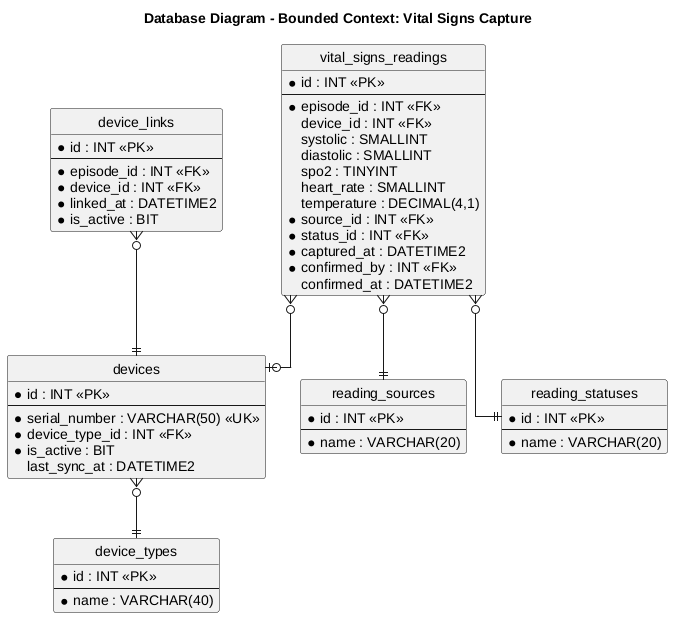
upc-pre-1ASI0730-2620-8155-SoliDevs/project-report keeps this PlantUML diagram as report/assets/erd_diagrams/erd_vitals.png. Above is the earlier version.
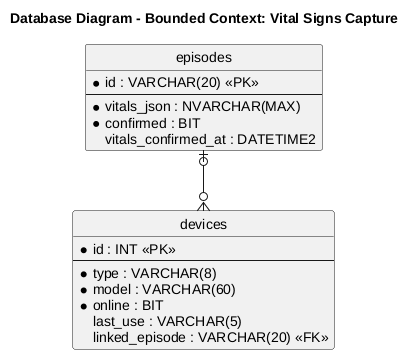
Above is the later version.

Commit message:
docs(report): align class and database diagrams with implemented model

Diff of the diagram source:
```diff
@@ -3,56 +3,21 @@
 hide circle
 skinparam linetype ortho
 
-entity "vital_signs_readings" as readings {
-  * id : INT <<PK>>
+entity "episodes" as episodes {
+  * id : VARCHAR(20) <<PK>>
   --
-  * episode_id : INT <<FK>>
-  device_id : INT <<FK>>
-  systolic : SMALLINT
-  diastolic : SMALLINT
-  spo2 : TINYINT
-  heart_rate : SMALLINT
-  temperature : DECIMAL(4,1)
-  * source_id : INT <<FK>>
-  * status_id : INT <<FK>>
-  * captured_at : DATETIME2
-  * confirmed_by : INT <<FK>>
-  confirmed_at : DATETIME2
+  * vitals_json : NVARCHAR(MAX)
+  * confirmed : BIT
+  vitals_confirmed_at : DATETIME2
 }
 entity "devices" as devices {
   * id : INT <<PK>>
   --
-  * serial_number : VARCHAR(50) <<UK>>
-  * device_type_id : INT <<FK>>
-  * is_active : BIT
-  last_sync_at : DATETIME2
+  * type : VARCHAR(8)
+  * model : VARCHAR(60)
+  * online : BIT
+  last_use : VARCHAR(5)
+  linked_episode : VARCHAR(20) <<FK>>
 }
-entity "device_types" as dtypes {
-  * id : INT <<PK>>
-  --
-  * name : VARCHAR(40)
-}
-entity "device_links" as links {
-  * id : INT <<PK>>
-  --
-  * episode_id : INT <<FK>>
-  * device_id : INT <<FK>>
-  * linked_at : DATETIME2
-  * is_active : BIT
-}
-entity "reading_sources" as rsrc {
-  * id : INT <<PK>>
-  --
-  * name : VARCHAR(20)
-}
-entity "reading_statuses" as rstat {
-  * id : INT <<PK>>
-  --
-  * name : VARCHAR(20)
-}
-readings }o--|| rsrc
-readings }o--|| rstat
-readings }o--o| devices
-devices }o--|| dtypes
-links }o--|| devices
+episodes |o--o{ devices
 @enduml
```
